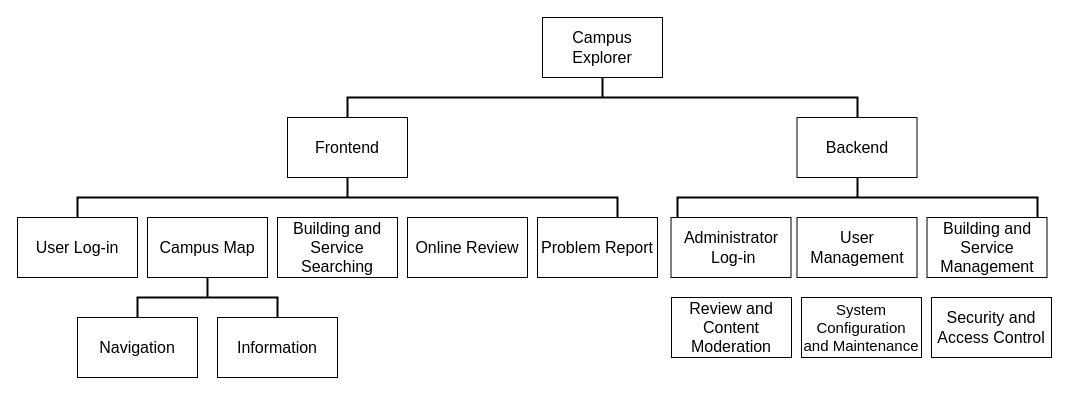
The draw.io diagram 未命名绘图.drawio in Thea-xy/ddp_pma, before the edit. Source tidied: cells renumbered, new cells numbered last; positions are measured from the earlier drawing's top-left corner, leaving out a move shared by most shapes. Both pictures are drawn from the tidied source at 100%, with x=0, y=0 at pixel (17, 17).
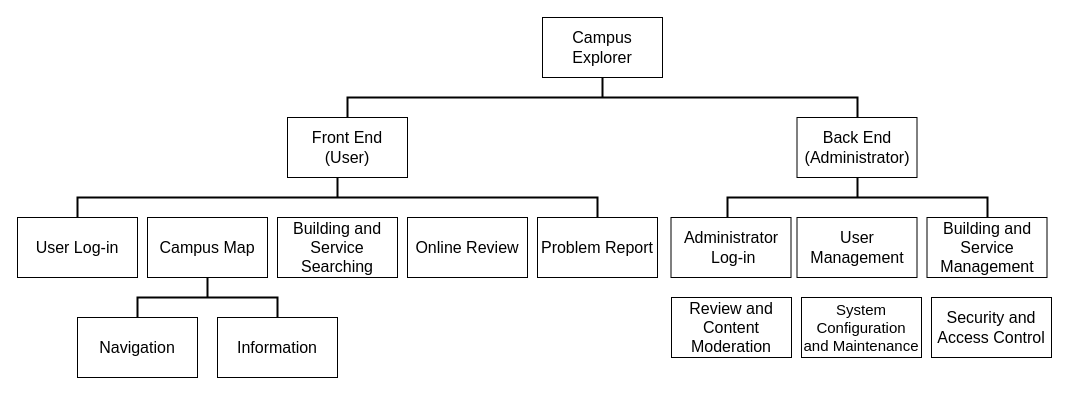
Above is the later version.

Commit message:
更新未命名绘图.drawio

Change to the diagram source:
```diff
@@
-    <mxCell id="3" value="Frontend" style="rounded=0;whiteSpace=wrap;html=1;fontFamily=Helvetica;fontSize=16;" parent="1" vertex="1">
+    <mxCell id="3" value="Front End&lt;br&gt;(User)" style="rounded=0;whiteSpace=wrap;html=1;fontFamily=Helvetica;fontSize=16;" parent="1" vertex="1">
       <mxGeometry x="270" y="100" width="120" height="60" as="geometry" />
     </mxCell>
-    <mxCell id="4" value="Backend" style="rounded=0;whiteSpace=wrap;html=1;fontFamily=Helvetica;fontSize=16;" parent="1" vertex="1">
+    <mxCell id="4" value="Back End&lt;br&gt;(Administrator)" style="rounded=0;whiteSpace=wrap;html=1;fontFamily=Helvetica;fontSize=16;" parent="1" vertex="1">
       <mxGeometry x="779.5" y="100" width="120" height="60" as="geometry" />
     </mxCell>
@@
     <mxCell id="19" style="strokeWidth=2;html=1;shape=mxgraph.flowchart.annotation_2;align=left;labelPosition=right;direction=south;fontFamily=Helvetica;fontSize=16;" parent="1" vertex="1">
-      <mxGeometry x="60" y="160" width="540" height="40" as="geometry" />
+      <mxGeometry x="60" y="160" width="520" height="40" as="geometry" />
     </mxCell>
@@
     <mxCell id="21" style="strokeWidth=2;html=1;shape=mxgraph.flowchart.annotation_2;align=left;labelPosition=right;direction=south;fontFamily=Helvetica;fontSize=16;" parent="1" vertex="1">
-      <mxGeometry x="660" y="160" width="360" height="40" as="geometry" />
+      <mxGeometry x="710" y="160" width="260" height="40" as="geometry" />
     </mxCell>
```
